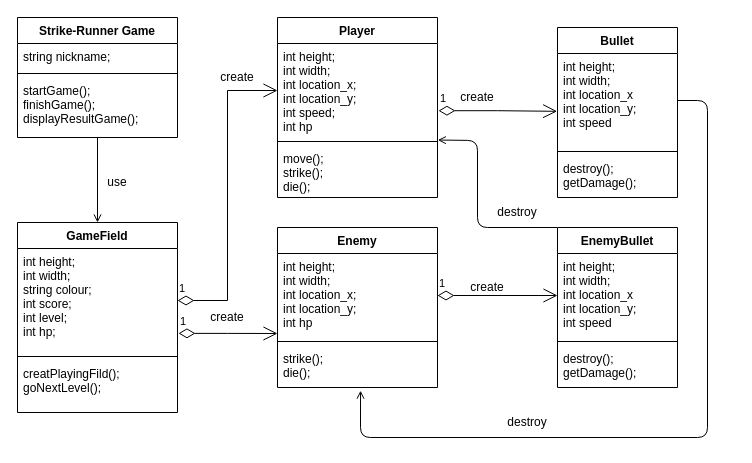
This is UML-diagramm.drawio from Maks151702/Kyrsach_OOP, a draw.io file, before an edit. Source tidied: cells renumbered, new cells numbered last; positions are measured from the earlier drawing's top-left corner, leaving out a move shared by most shapes. Both pictures are drawn from the tidied source at 100%, with x=0, y=0 at pixel (17, 17).
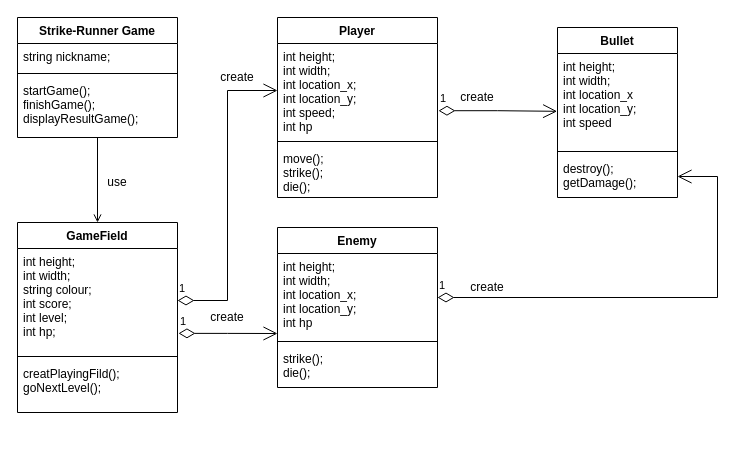
The same page after the edit.

The change refers to these unchanged cells:
```xml
<mxCell id="13" value="int height;&#10;int width;&#10;int location_x;&#10;int location_y;&#10;int speed;&#10;int hp" style="text;strokeColor=none;fillColor=none;align=left;verticalAlign=top;spacingLeft=4;spacingRight=4;overflow=hidden;points=[[0,0.5],[1,0.5]];portConstraint=eastwest;" parent="12" vertex="1">
  <mxGeometry y="26" width="160" height="94" as="geometry" />
</mxCell>
<mxCell id="19" value="int height;&#10;int width; &#10;int location_x&#10;int location_y;&#10;int speed&#10;" style="text;strokeColor=none;fillColor=none;align=left;verticalAlign=top;spacingLeft=4;spacingRight=4;overflow=hidden;points=[[0,0.5],[1,0.5]];portConstraint=eastwest;" parent="18" vertex="1">
  <mxGeometry y="26" width="120" height="94" as="geometry" />
</mxCell>
<mxCell id="21" value="destroy();&#10;getDamage();" style="text;strokeColor=none;fillColor=none;align=left;verticalAlign=top;spacingLeft=4;spacingRight=4;overflow=hidden;points=[[0,0.5],[1,0.5]];portConstraint=eastwest;" parent="18" vertex="1">
  <mxGeometry y="128" width="120" height="42" as="geometry" />
</mxCell>
<mxCell id="25" value="int height;&#10;int width;&#10;int location_x;&#10;int location_y;&#10;int hp" style="text;strokeColor=none;fillColor=none;align=left;verticalAlign=top;spacingLeft=4;spacingRight=4;overflow=hidden;points=[[0,0.5],[1,0.5]];portConstraint=eastwest;" parent="24" vertex="1">
  <mxGeometry y="26" width="160" height="84" as="geometry" />
</mxCell>
<mxCell id="27" value="strike();&#10;die();" style="text;strokeColor=none;fillColor=none;align=left;verticalAlign=top;spacingLeft=4;spacingRight=4;overflow=hidden;points=[[0,0.5],[1,0.5]];portConstraint=eastwest;" parent="24" vertex="1">
  <mxGeometry y="118" width="160" height="42" as="geometry" />
</mxCell>
```

Diff of the diagram source:
```diff
@@
-    <mxCell id="31" value="EnemyBullet" style="swimlane;fontStyle=1;align=center;verticalAlign=top;horizontal=1;startSize=26;" parent="1" vertex="1">
-      <mxGeometry x="540" y="210" width="120" height="160" as="geometry" />
-    </mxCell>
-    <mxCell id="32" value="int height;&#10;int width; &#10;int location_x&#10;int location_y;&#10;int speed" style="text;strokeColor=none;fillColor=none;align=left;verticalAlign=top;spacingLeft=4;spacingRight=4;overflow=hidden;points=[[0,0.5],[1,0.5]];portConstraint=eastwest;" parent="31" vertex="1">
-      <mxGeometry y="26" width="120" height="84" as="geometry" />
-    </mxCell>
-    <mxCell id="33" style="line;strokeWidth=1;fillColor=none;align=left;verticalAlign=middle;spacingTop=-1;spacingLeft=3;spacingRight=3;labelPosition=right;" parent="31" vertex="1">
-      <mxGeometry y="110" width="120" height="8" as="geometry" />
-    </mxCell>
-    <mxCell id="34" value="destroy();&#10;getDamage();" style="text;strokeColor=none;fillColor=none;align=left;verticalAlign=top;spacingLeft=4;spacingRight=4;overflow=hidden;" parent="31" vertex="1">
-      <mxGeometry y="118" width="120" height="42" as="geometry" />
-    </mxCell>
-    <mxCell id="35" value="1" style="endArrow=open;html=1;endSize=12;startArrow=diamondThin;startSize=14;startFill=0;edgeStyle=orthogonalEdgeStyle;align=left;verticalAlign=bottom;rounded=0;exitX=1;exitY=0.5;exitDx=0;exitDy=0;entryX=0;entryY=0.5;entryDx=0;entryDy=0;" parent="1" edge="1" source="25" target="32">
+    <mxCell id="35" value="1" style="endArrow=open;html=1;endSize=12;startArrow=diamondThin;startSize=14;startFill=0;edgeStyle=orthogonalEdgeStyle;align=left;verticalAlign=bottom;rounded=0;entryX=1;entryY=0.5;entryDx=0;entryDy=0;" parent="1" edge="1" target="21">
       <mxGeometry x="-1" y="3" relative="1" as="geometry">
+        <mxPoint x="420" y="280" as="sourcePoint" />
         <Array as="points">
-          <mxPoint x="540" y="278" />
+          <mxPoint x="700" y="280" />
+          <mxPoint x="700" y="159" />
         </Array>
       </mxGeometry>
     </mxCell>
-    <mxCell id="36" style="endArrow=none;html=1;startArrow=open;startFill=0;exitX=1.002;exitY=1.027;exitDx=0;exitDy=0;exitPerimeter=0;" parent="1" edge="1" source="13">
-      <mxGeometry relative="1" as="geometry">
-        <mxPoint x="540" y="210" as="targetPoint" />
-        <Array as="points">
-          <mxPoint x="460" y="123" />
-          <mxPoint x="460" y="210" />
-        </Array>
-      </mxGeometry>
-    </mxCell>
-    <mxCell id="37" value="destroy" style="text;html=1;strokeColor=none;fillColor=none;align=center;verticalAlign=middle;whiteSpace=wrap;rounded=0;rotation=0;" parent="1" vertex="1">
-      <mxGeometry x="480" y="185" width="40" height="20" as="geometry" />
-    </mxCell>
-    <mxCell id="38" style="endArrow=none;html=1;startArrow=open;startFill=0;exitX=0.519;exitY=1.075;exitDx=0;exitDy=0;exitPerimeter=0;entryX=1;entryY=0.5;entryDx=0;entryDy=0;" parent="1" edge="1" source="27" target="19">
-      <mxGeometry relative="1" as="geometry">
-        <Array as="points">
-          <mxPoint x="343" y="420" />
-          <mxPoint x="690" y="420" />
-          <mxPoint x="690" y="83" />
-        </Array>
-      </mxGeometry>
-    </mxCell>
-    <mxCell id="39" value="destroy" style="text;html=1;strokeColor=none;fillColor=none;align=center;verticalAlign=middle;whiteSpace=wrap;rounded=0;rotation=0;" parent="1" vertex="1">
-      <mxGeometry x="490" y="395" width="40" height="20" as="geometry" />
-    </mxCell>
```
